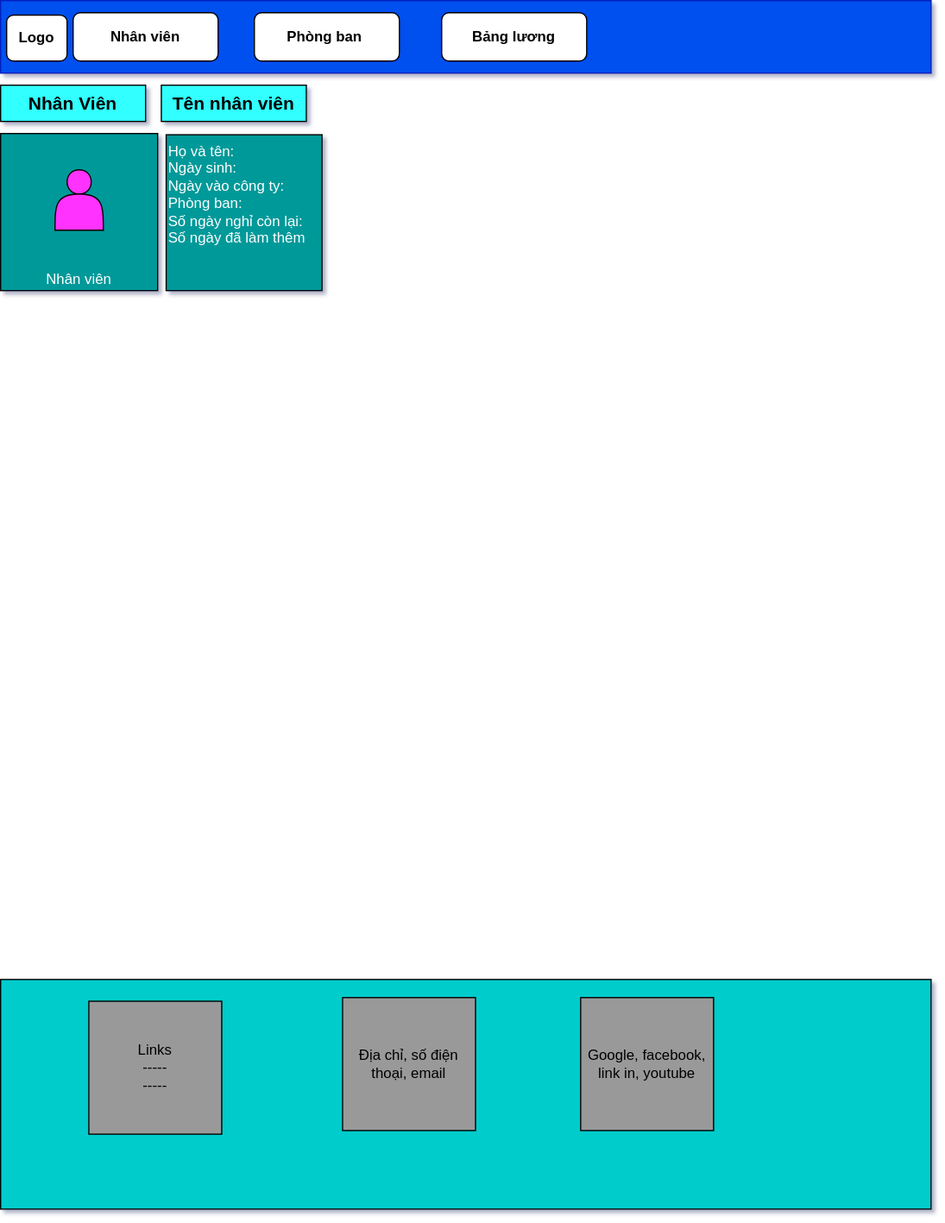
Before: DRAWIO/staffdetail.drawio.svg, a diagram exported from draw.io (ktkthuong/Funix-React-Lab). Source tidied: cells renumbered, new cells last; positions are measured from the earlier drawing's top-left corner, leaving out a move shared by most shapes.
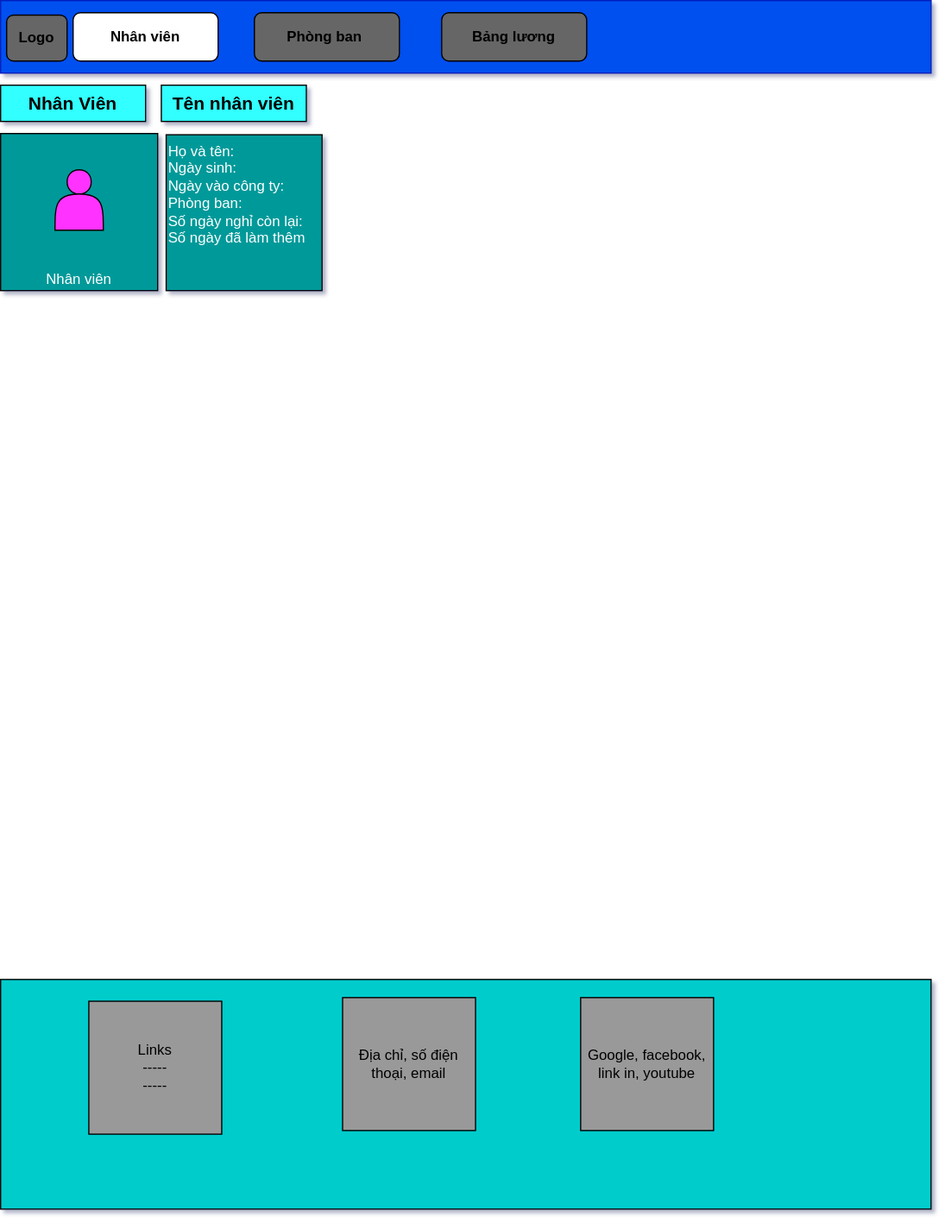
Above is the later version.

The edit, as a diff of the source:
```diff
@@ -8,10 +8,10 @@
     <mxCell id="3" value="Nhân viên" style="rounded=1;whiteSpace=wrap;html=1;fontStyle=1;fillColor=#FFFFFF;" parent="1" vertex="1">
       <mxGeometry x="60" y="10" width="120" height="40" as="geometry" />
     </mxCell>
-    <mxCell id="4" value="Phòng ban&lt;span style=&quot;white-space: pre&quot;&gt; &lt;/span&gt;" style="rounded=1;whiteSpace=wrap;html=1;fontStyle=1;fillColor=#FFFFFF;" parent="1" vertex="1">
+    <mxCell id="4" value="Phòng ban&lt;span style=&quot;white-space: pre&quot;&gt; &lt;/span&gt;" style="rounded=1;whiteSpace=wrap;html=1;fontStyle=1;fillColor=#666666;" parent="1" vertex="1">
       <mxGeometry x="210" y="10" width="120" height="40" as="geometry" />
     </mxCell>
-    <mxCell id="5" value="&lt;font color=&quot;#000000&quot;&gt;Bảng lương&lt;/font&gt;" style="rounded=1;whiteSpace=wrap;html=1;fontStyle=1;fillColor=#FFFFFF;fontColor=#FFFFFF;" parent="1" vertex="1">
+    <mxCell id="5" value="&lt;font color=&quot;#000000&quot;&gt;Bảng lương&lt;/font&gt;" style="rounded=1;whiteSpace=wrap;html=1;fontStyle=1;fillColor=#666666;fontColor=#FFFFFF;" parent="1" vertex="1">
       <mxGeometry x="365" y="10" width="120" height="40" as="geometry" />
     </mxCell>
     <mxCell id="6" value="Nhân viên" style="whiteSpace=wrap;html=1;labelBackgroundColor=none;labelBorderColor=none;verticalAlign=bottom;fillColor=#009999;fontColor=#FFFFFF;" parent="1" vertex="1">
@@ -41,7 +41,7 @@
     <mxCell id="14" value="&lt;font color=&quot;#000000&quot;&gt;Links&lt;br&gt;-----&lt;br&gt;-----&lt;br&gt;&lt;/font&gt;" style="whiteSpace=wrap;html=1;fillColor=#999999;" parent="1" vertex="1">
       <mxGeometry x="73" y="828" width="110" height="110" as="geometry" />
     </mxCell>
-    <mxCell id="15" value="&lt;b&gt;Logo&lt;/b&gt;" style="rounded=1;whiteSpace=wrap;html=1;fontColor=#000000;fillColor=#FFFFFF;" parent="1" vertex="1">
+    <mxCell id="15" value="&lt;b&gt;Logo&lt;/b&gt;" style="rounded=1;whiteSpace=wrap;html=1;fontColor=#000000;fillColor=#666666;" parent="1" vertex="1">
       <mxGeometry x="5" y="12" width="50" height="38" as="geometry" />
     </mxCell>
   </root>
```
